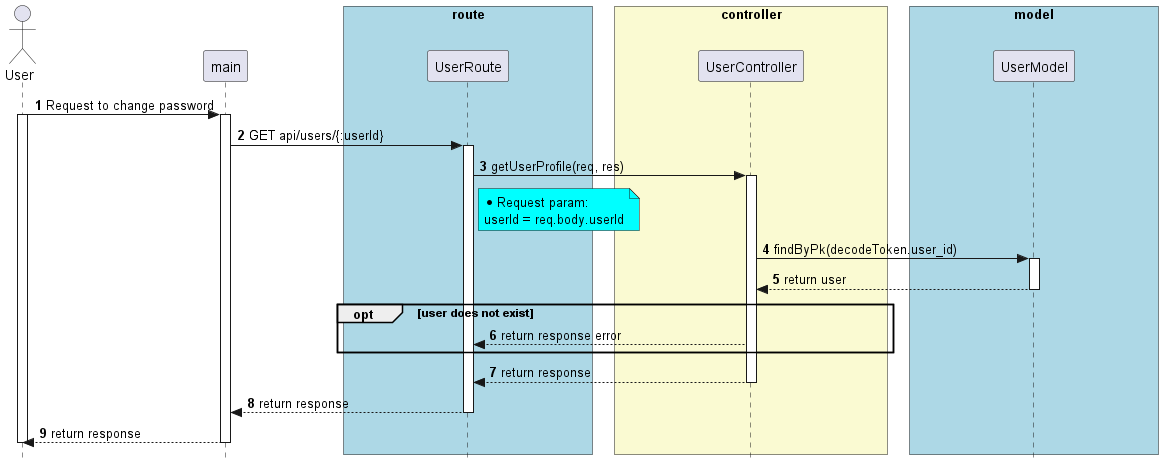
This is latex_thesis/Images/server/sequence/server/getUserById.png from techcomrade/fmECG, a PlantUML export, as it was before one commit.
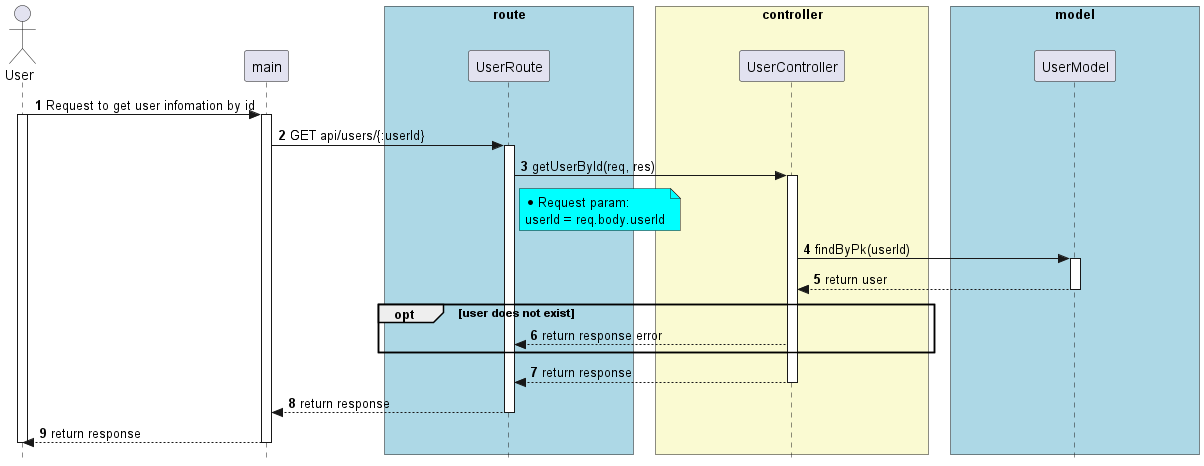
The same file after the commit.

The edit, as a diff of the source:
```diff
@@ -36,7 +36,7 @@
 end box
 
 
-User -> main: Request to change password
+User -> main: Request to get user infomation by id
 activate User
 activate main
 
@@ -44,7 +44,7 @@
 activate UserRoute
 
 
-UserRoute -> UserController: getUserProfile(req, res)
+UserRoute -> UserController: getUserById(req, res)
 activate UserController
 
 note right of UserRoute #Aqua
@@ -53,7 +53,7 @@
 end note
 
 
-UserController -> UserModel: findByPk(decodeToken.user_id)
+UserController -> UserModel: findByPk(userId)
 
 activate  UserModel
 
```
